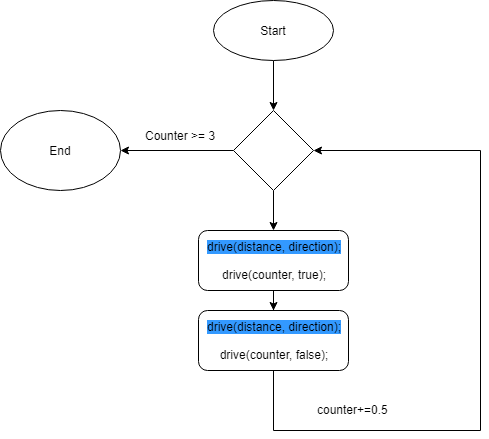
TomaszDamian/rob2a keeps this draw.io diagram as verkefni2/SudoVerk2b.png. Above is the earlier version. Source tidied: cells renumbered, new cells last; positions are measured from the earlier drawing's top-left corner, leaving out a move shared by most shapes. Its diagram source:
```xml
<mxGraphModel>
  <root>
    <mxCell id="0" />
    <mxCell id="1" parent="0" />
    <mxCell id="2" style="edgeStyle=orthogonalEdgeStyle;rounded=0;jettySize=auto;html=1;" parent="1" edge="1" source="3" target="6">
      <mxGeometry relative="1" as="geometry" />
    </mxCell>
    <mxCell id="3" value="Start" style="ellipse;whiteSpace=wrap;html=1;" parent="1" vertex="1">
      <mxGeometry x="213" width="120" height="60" as="geometry" />
    </mxCell>
    <mxCell id="4" style="edgeStyle=orthogonalEdgeStyle;rounded=0;jettySize=auto;html=1;exitX=0.5;exitY=1;exitDx=0;exitDy=0;" parent="1" edge="1" source="6" target="8">
      <mxGeometry relative="1" as="geometry" />
    </mxCell>
    <mxCell id="5" style="edgeStyle=orthogonalEdgeStyle;rounded=0;jettySize=auto;html=1;" parent="1" edge="1" source="6" target="13">
      <mxGeometry relative="1" as="geometry" />
    </mxCell>
    <mxCell id="6" style="rhombus;whiteSpace=wrap;html=1;" parent="1" vertex="1">
      <mxGeometry x="233" y="110" width="80" height="80" as="geometry" />
    </mxCell>
    <mxCell id="7" style="edgeStyle=orthogonalEdgeStyle;rounded=0;jettySize=auto;html=1;" parent="1" edge="1" source="8" target="10">
      <mxGeometry relative="1" as="geometry" />
    </mxCell>
    <mxCell id="8" value="&lt;span style=&quot;background-color: rgb(51 , 153 , 255)&quot;&gt;drive(distance, direction);&lt;/span&gt;&lt;br&gt;&lt;br&gt;drive(counter, true);" style="rounded=1;whiteSpace=wrap;html=1;" parent="1" vertex="1">
      <mxGeometry x="198" y="230" width="150" height="60" as="geometry" />
    </mxCell>
    <mxCell id="9" style="edgeStyle=orthogonalEdgeStyle;rounded=0;jettySize=auto;html=1;entryX=1;entryY=0.5;entryDx=0;entryDy=0;exitX=0.5;exitY=1;exitDx=0;exitDy=0;" parent="1" edge="1" source="10" target="6">
      <mxGeometry relative="1" as="geometry">
        <Array as="points">
          <mxPoint x="273" y="430" />
          <mxPoint x="480" y="430" />
          <mxPoint x="480" y="150" />
        </Array>
      </mxGeometry>
    </mxCell>
    <mxCell id="10" value="&lt;span style=&quot;background-color: rgb(51 , 153 , 255)&quot;&gt;drive(distance, direction);&lt;/span&gt;&lt;br&gt;&lt;br&gt;drive(counter, false);" style="rounded=1;whiteSpace=wrap;html=1;" parent="1" vertex="1">
      <mxGeometry x="198" y="310" width="150" height="60" as="geometry" />
    </mxCell>
    <mxCell id="11" value="counter+=0.5" style="text;html=1;align=left;verticalAlign=top;spacingTop=-4;" parent="1" vertex="1">
      <mxGeometry x="315" y="400" width="90" height="20" as="geometry" />
    </mxCell>
    <mxCell id="12" value="Counter &amp;gt;= 3" style="text;html=1;align=left;verticalAlign=top;spacingTop=-4;" parent="1" vertex="1">
      <mxGeometry x="143" y="126" width="90" height="20" as="geometry" />
    </mxCell>
    <mxCell id="13" value="End" style="ellipse;whiteSpace=wrap;html=1;" parent="1" vertex="1">
      <mxGeometry y="110" width="120" height="80" as="geometry" />
    </mxCell>
  </root>
</mxGraphModel>
```
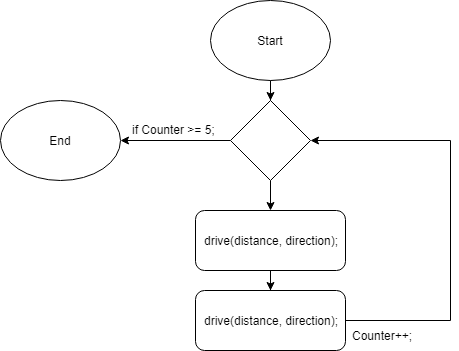
Above is the later version.

Change to the diagram source:
```diff
@@ -2,47 +2,46 @@
   <root>
     <mxCell id="0" />
     <mxCell id="1" parent="0" />
-    <mxCell id="2" style="edgeStyle=orthogonalEdgeStyle;rounded=0;jettySize=auto;html=1;" parent="1" edge="1" source="3" target="6">
-      <mxGeometry relative="1" as="geometry" />
-    </mxCell>
+    <mxCell id="14" style="edgeStyle=orthogonalEdgeStyle;rounded=0;jettySize=auto;html=1;" parent="1" edge="1" source="3" target="21">
+      <mxGeometry relative="1" as="geometry" />
+    </mxCell>
-    <mxCell id="3" value="Start" style="ellipse;whiteSpace=wrap;html=1;" parent="1" vertex="1">
-      <mxGeometry x="213" width="120" height="60" as="geometry" />
+    <mxCell id="3" value="Start&lt;br&gt;" style="ellipse;whiteSpace=wrap;html=1;" parent="1" vertex="1">
+      <mxGeometry x="200" y="-10" width="120" height="80" as="geometry" />
     </mxCell>
-    <mxCell id="4" style="edgeStyle=orthogonalEdgeStyle;rounded=0;jettySize=auto;html=1;exitX=0.5;exitY=1;exitDx=0;exitDy=0;" parent="1" edge="1" source="6" target="8">
-      <mxGeometry relative="1" as="geometry" />
-    </mxCell>
-    <mxCell id="5" style="edgeStyle=orthogonalEdgeStyle;rounded=0;jettySize=auto;html=1;" parent="1" edge="1" source="6" target="13">
-      <mxGeometry relative="1" as="geometry" />
-    </mxCell>
-    <mxCell id="6" style="rhombus;whiteSpace=wrap;html=1;" parent="1" vertex="1">
-      <mxGeometry x="233" y="110" width="80" height="80" as="geometry" />
-    </mxCell>
-    <mxCell id="7" style="edgeStyle=orthogonalEdgeStyle;rounded=0;jettySize=auto;html=1;" parent="1" edge="1" source="8" target="10">
-      <mxGeometry relative="1" as="geometry" />
-    </mxCell>
-    <mxCell id="8" value="&lt;span style=&quot;background-color: rgb(51 , 153 , 255)&quot;&gt;drive(distance, direction);&lt;/span&gt;&lt;br&gt;&lt;br&gt;drive(counter, true);" style="rounded=1;whiteSpace=wrap;html=1;" parent="1" vertex="1">
-      <mxGeometry x="198" y="230" width="150" height="60" as="geometry" />
-    </mxCell>
-    <mxCell id="9" style="edgeStyle=orthogonalEdgeStyle;rounded=0;jettySize=auto;html=1;entryX=1;entryY=0.5;entryDx=0;entryDy=0;exitX=0.5;exitY=1;exitDx=0;exitDy=0;" parent="1" edge="1" source="10" target="6">
-      <mxGeometry relative="1" as="geometry">
-        <Array as="points">
-          <mxPoint x="273" y="430" />
-          <mxPoint x="480" y="430" />
-          <mxPoint x="480" y="150" />
-        </Array>
-      </mxGeometry>
-    </mxCell>
-    <mxCell id="10" value="&lt;span style=&quot;background-color: rgb(51 , 153 , 255)&quot;&gt;drive(distance, direction);&lt;/span&gt;&lt;br&gt;&lt;br&gt;drive(counter, false);" style="rounded=1;whiteSpace=wrap;html=1;" parent="1" vertex="1">
-      <mxGeometry x="198" y="310" width="150" height="60" as="geometry" />
-    </mxCell>
-    <mxCell id="11" value="counter+=0.5" style="text;html=1;align=left;verticalAlign=top;spacingTop=-4;" parent="1" vertex="1">
-      <mxGeometry x="315" y="400" width="90" height="20" as="geometry" />
-    </mxCell>
-    <mxCell id="12" value="Counter &amp;gt;= 3" style="text;html=1;align=left;verticalAlign=top;spacingTop=-4;" parent="1" vertex="1">
-      <mxGeometry x="143" y="126" width="90" height="20" as="geometry" />
-    </mxCell>
+    <mxCell id="15" style="edgeStyle=orthogonalEdgeStyle;rounded=0;jettySize=auto;html=1;" parent="1" edge="1" source="16" target="18">
+      <mxGeometry relative="1" as="geometry" />
+    </mxCell>
+    <mxCell id="16" value="drive(distance, direction);" style="rounded=1;whiteSpace=wrap;html=1;" parent="1" vertex="1">
+      <mxGeometry x="185" y="200" width="150" height="60" as="geometry" />
+    </mxCell>
+    <mxCell id="17" style="edgeStyle=orthogonalEdgeStyle;rounded=0;jettySize=auto;html=1;entryX=1;entryY=0.5;entryDx=0;entryDy=0;" parent="1" edge="1" source="18" target="21">
+      <mxGeometry relative="1" as="geometry">
+        <Array as="points">
+          <mxPoint x="440" y="310" />
+          <mxPoint x="440" y="130" />
+        </Array>
+      </mxGeometry>
+    </mxCell>
+    <mxCell id="18" value="drive(distance, direction);" style="rounded=1;whiteSpace=wrap;html=1;" parent="1" vertex="1">
+      <mxGeometry x="185" y="280" width="150" height="60" as="geometry" />
+    </mxCell>
+    <mxCell id="19" style="edgeStyle=orthogonalEdgeStyle;rounded=0;jettySize=auto;html=1;" parent="1" edge="1" source="21" target="16">
+      <mxGeometry relative="1" as="geometry" />
+    </mxCell>
+    <mxCell id="20" style="edgeStyle=orthogonalEdgeStyle;rounded=0;jettySize=auto;html=1;entryX=1;entryY=0.5;entryDx=0;entryDy=0;" parent="1" edge="1" source="21" target="13">
+      <mxGeometry relative="1" as="geometry" />
+    </mxCell>
+    <mxCell id="21" style="rhombus;whiteSpace=wrap;html=1;" parent="1" vertex="1">
+      <mxGeometry x="220" y="90" width="80" height="80" as="geometry" />
+    </mxCell>
-    <mxCell id="13" value="End" style="ellipse;whiteSpace=wrap;html=1;" parent="1" vertex="1">
-      <mxGeometry y="110" width="120" height="80" as="geometry" />
+    <mxCell id="13" value="End&lt;br&gt;" style="ellipse;whiteSpace=wrap;html=1;" parent="1" vertex="1">
+      <mxGeometry x="-10" y="90" width="120" height="80" as="geometry" />
     </mxCell>
+    <mxCell id="22" value="Counter++;&lt;br&gt;" style="text;html=1;align=left;verticalAlign=top;spacingTop=-4;" parent="1" vertex="1">
+      <mxGeometry x="340" y="316" width="80" height="20" as="geometry" />
+    </mxCell>
+    <mxCell id="23" value="if Counter &amp;gt;= 5;&lt;br&gt;" style="text;html=1;align=left;verticalAlign=top;spacingTop=-4;" parent="1" vertex="1">
+      <mxGeometry x="120" y="110" width="100" height="20" as="geometry" />
+    </mxCell>
   </root>
 </mxGraphModel>
```
